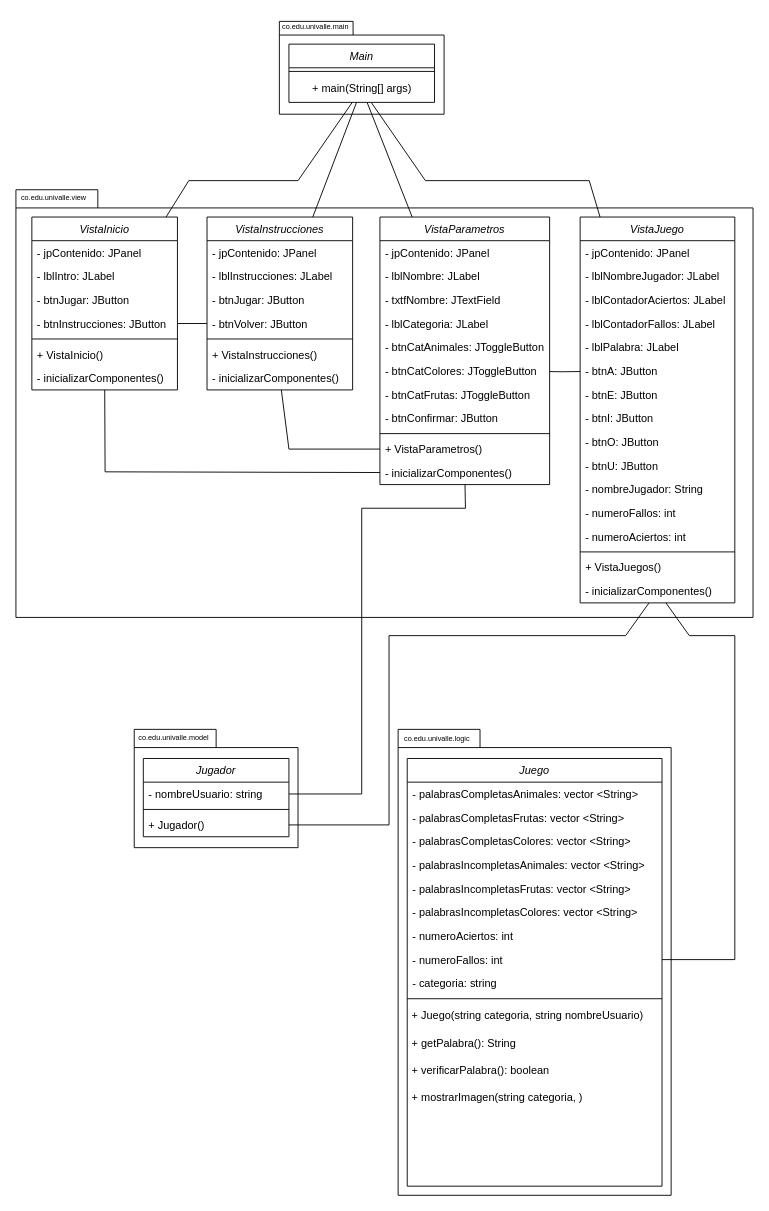
This is Diagrama de Clases MiniProyecto1.drawio from puyojulian/MiniProyecto1FPOE, a draw.io file, before an edit. Source tidied: cells renumbered, new cells numbered last; positions are measured from the earlier drawing's top-left corner, leaving out a move shared by most shapes. Both pictures are drawn from the tidied source at 91%, with x=0, y=0 at pixel (15, 15).
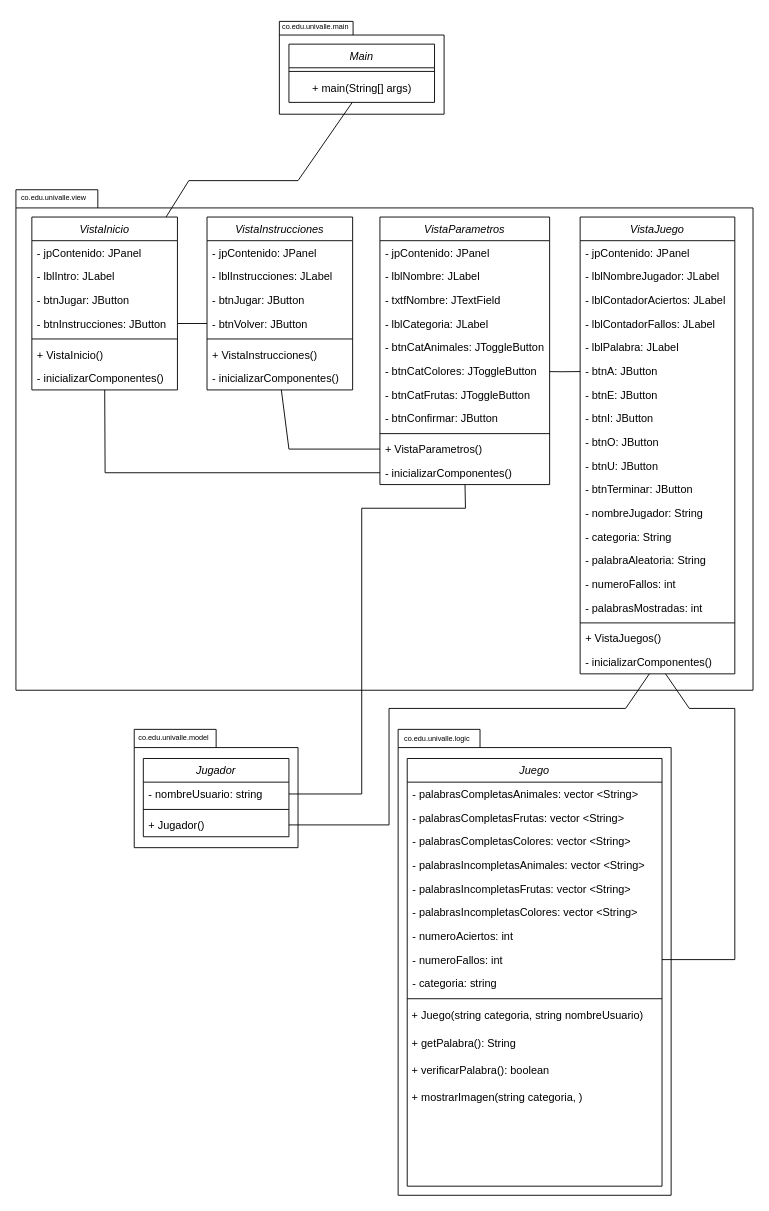
Above is the later version.

Commit message:
Update Diagrama de Clases Actualización con los atributos determinados en el proyecto.

Unchanged cells that the change refers to:
```xml
<mxCell id="8" value="+ Jugador()" style="text;align=left;verticalAlign=top;spacingLeft=4;spacingRight=4;overflow=hidden;points=[[0,0.5],[1,0.5]];portConstraint=eastwest;" parent="5" vertex="1">
  <mxGeometry y="60" width="160" height="26" as="geometry" />
</mxCell>
<mxCell id="12" value="+ main(String[] args)" style="text;html=1;align=center;verticalAlign=middle;points=[];strokeColor=none;fillColor=none;" parent="10" vertex="1">
  <mxGeometry y="34" width="160" height="30" as="geometry" />
</mxCell>
<mxCell id="13" value="VistaInstrucciones" style="swimlane;fontStyle=2;align=center;verticalAlign=top;horizontal=1;startSize=26;rounded=0;shadow=0;strokeWidth=1;" parent="1" vertex="1">
  <mxGeometry x="210" y="221" width="160" height="190" as="geometry" />
</mxCell>
<mxCell id="29" value="- numeroFallos: int" style="text;align=left;verticalAlign=top;spacingLeft=4;spacingRight=4;overflow=hidden;points=[[0,0.5],[1,0.5]];portConstraint=eastwest;" parent="21" vertex="1">
  <mxGeometry y="208" width="280" height="26" as="geometry" />
</mxCell>
<mxCell id="43" value="- inicializarComponentes()" style="text;align=left;verticalAlign=top;spacingLeft=4;spacingRight=4;overflow=hidden;points=[[0,0.5],[1,0.5]];portConstraint=eastwest;" parent="36" vertex="1">
  <mxGeometry y="164" width="160" height="26" as="geometry" />
</mxCell>
<mxCell id="44" value="VistaParametros" style="swimlane;fontStyle=2;align=center;verticalAlign=top;horizontal=1;startSize=26;rounded=0;shadow=0;strokeWidth=1;" parent="1" vertex="1">
  <mxGeometry x="400" y="221" width="186.5" height="294" as="geometry" />
</mxCell>
<mxCell id="55" value="- inicializarComponentes()" style="text;align=left;verticalAlign=top;spacingLeft=4;spacingRight=4;overflow=hidden;points=[[0,0.5],[1,0.5]];portConstraint=eastwest;" parent="44" vertex="1">
  <mxGeometry y="268" width="186.5" height="26" as="geometry" />
</mxCell>
```

Diff of the diagram source:
```diff
@@
     <mxCell id="9" style="shape=folder;fontStyle=1;spacingTop=10;tabWidth=90;tabHeight=20;tabPosition=left;html=1;whiteSpace=wrap;" parent="1" vertex="1">
-      <mxGeometry y="191" width="810" height="470" as="geometry" />
+      <mxGeometry y="191" width="810" height="550" as="geometry" />
     </mxCell>
@@
-    <mxCell id="57" style="endArrow=none;html=1;rounded=0;" parent="1" edge="1" source="44" target="12">
-      <mxGeometry relative="1" as="geometry" />
-    </mxCell>
-    <mxCell id="58" style="endArrow=none;html=1;rounded=0;" parent="1" edge="1" source="13" target="12">
-      <mxGeometry relative="1" as="geometry" />
-    </mxCell>
     <mxCell id="59" style="endArrow=none;html=1;rounded=0;" parent="1" edge="1" source="29" target="76">
       <mxGeometry relative="1" as="geometry">
         <Array as="points">
           <mxPoint x="790" y="1037" />
-          <mxPoint x="790" y="681" />
-          <mxPoint x="740" y="681" />
+          <mxPoint x="790" y="761" />
+          <mxPoint x="740" y="761" />
         </Array>
       </mxGeometry>
     </mxCell>
     <mxCell id="60" value="VistaJuego" style="swimlane;fontStyle=2;align=center;verticalAlign=top;horizontal=1;startSize=26;rounded=0;shadow=0;strokeWidth=1;" parent="1" vertex="1">
-      <mxGeometry x="620" y="221" width="170" height="424" as="geometry" />
+      <mxGeometry x="620" y="221" width="170" height="502" as="geometry" />
     </mxCell>
@@
+    <mxCell id="88" value="- btnTerminar: JButton" style="text;align=left;verticalAlign=top;spacingLeft=4;spacingRight=4;overflow=hidden;rounded=0;shadow=0;html=0;" parent="60" vertex="1">
+      <mxGeometry y="286" width="170" height="26" as="geometry" />
+    </mxCell>
     <mxCell id="71" value="- nombreJugador: String" style="text;align=left;verticalAlign=top;spacingLeft=4;spacingRight=4;overflow=hidden;" parent="60" vertex="1">
-      <mxGeometry y="286" width="170" height="26" as="geometry" />
+      <mxGeometry y="312" width="170" height="26" as="geometry" />
     </mxCell>
+    <mxCell id="89" value="- categoria: String" style="text;align=left;verticalAlign=top;spacingLeft=4;spacingRight=4;overflow=hidden;" parent="60" vertex="1">
+      <mxGeometry y="338" width="170" height="26" as="geometry" />
+    </mxCell>
+    <mxCell id="90" value="- palabraAleatoria: String" style="text;align=left;verticalAlign=top;spacingLeft=4;spacingRight=4;overflow=hidden;" parent="60" vertex="1">
+      <mxGeometry y="364" width="170" height="26" as="geometry" />
+    </mxCell>
     <mxCell id="72" value="- numeroFallos: int" style="text;align=left;verticalAlign=top;spacingLeft=4;spacingRight=4;overflow=hidden;" parent="60" vertex="1">
-      <mxGeometry y="312" width="170" height="26" as="geometry" />
+      <mxGeometry y="390" width="170" height="26" as="geometry" />
     </mxCell>
-    <mxCell id="73" value="- numeroAciertos: int" style="text;align=left;verticalAlign=top;spacingLeft=4;spacingRight=4;overflow=hidden;" parent="60" vertex="1">
-      <mxGeometry y="338" width="170" height="26" as="geometry" />
+    <mxCell id="73" value="- palabrasMostradas: int" style="text;align=left;verticalAlign=top;spacingLeft=4;spacingRight=4;overflow=hidden;" parent="60" vertex="1">
+      <mxGeometry y="416" width="170" height="26" as="geometry" />
     </mxCell>
     <mxCell id="74" style="line;html=1;strokeWidth=1;align=left;verticalAlign=middle;spacingTop=-1;spacingLeft=3;spacingRight=3;labelPosition=right;" parent="60" vertex="1">
-      <mxGeometry y="364" width="170" height="8" as="geometry" />
+      <mxGeometry y="442" width="170" height="8" as="geometry" />
     </mxCell>
     <mxCell id="75" value="+ VistaJuegos()" style="text;align=left;verticalAlign=top;spacingLeft=4;spacingRight=4;overflow=hidden;" parent="60" vertex="1">
-      <mxGeometry y="372" width="170" height="26" as="geometry" />
+      <mxGeometry y="450" width="170" height="26" as="geometry" />
     </mxCell>
     <mxCell id="76" value="- inicializarComponentes()" style="text;align=left;verticalAlign=top;spacingLeft=4;spacingRight=4;overflow=hidden;points=[[0,0.5],[1,0.5]];portConstraint=eastwest;" parent="60" vertex="1">
-      <mxGeometry y="398" width="170" height="26" as="geometry" />
+      <mxGeometry y="476" width="170" height="26" as="geometry" />
     </mxCell>
-    <mxCell id="77" style="endArrow=none;html=1;rounded=0;" parent="1" edge="1" source="12" target="60">
-      <mxGeometry relative="1" as="geometry">
-        <Array as="points">
-          <mxPoint x="450" y="181" />
-          <mxPoint x="600" y="181" />
-          <mxPoint x="630" y="181" />
-        </Array>
-      </mxGeometry>
-    </mxCell>
@@
     <mxCell id="80" style="endArrow=none;html=1;rounded=0;" parent="1" edge="1" source="8" target="76">
       <mxGeometry relative="1" as="geometry">
         <Array as="points">
           <mxPoint x="410" y="889" />
-          <mxPoint x="410" y="681" />
-          <mxPoint x="670" y="681" />
+          <mxPoint x="410" y="761" />
+          <mxPoint x="670" y="761" />
         </Array>
       </mxGeometry>
     </mxCell>
@@
     <mxCell id="86" style="endArrow=none;html=1;rounded=0;" parent="1" edge="1" source="43" target="55">
       <mxGeometry relative="1" as="geometry">
         <Array as="points">
-          <mxPoint x="98" y="501" />
+          <mxPoint x="98" y="502" />
         </Array>
       </mxGeometry>
     </mxCell>
```
